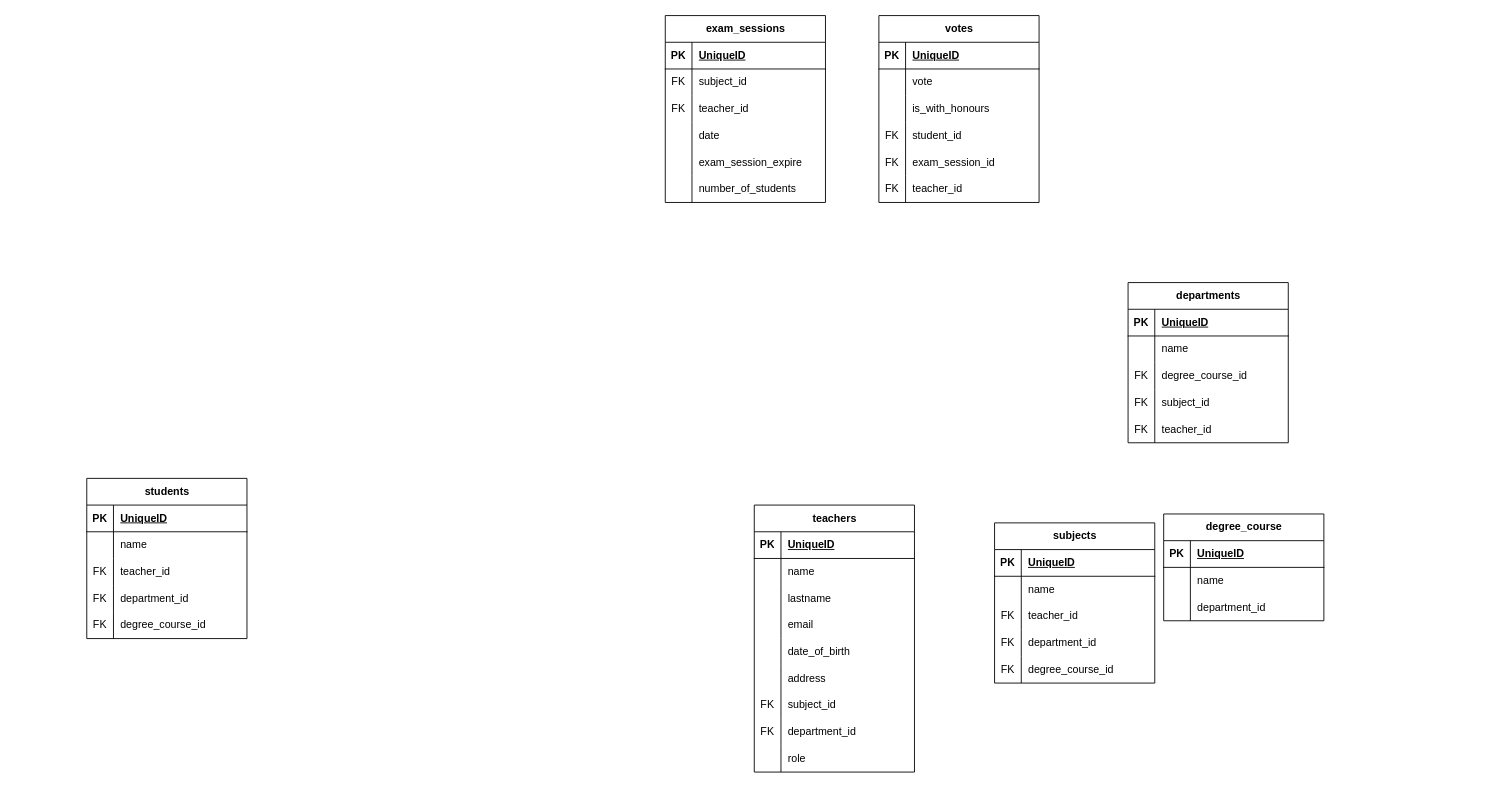
Earlier version of the draw.io diagram diagrams/diagram.drawio (antonella1986/db-university). Source tidied: cells renumbered, new cells numbered last; positions are measured from the earlier drawing's top-left corner, leaving out a move shared by most shapes. Both pictures are drawn from the tidied source at 89%, with x=0, y=0 at pixel (86, 15).
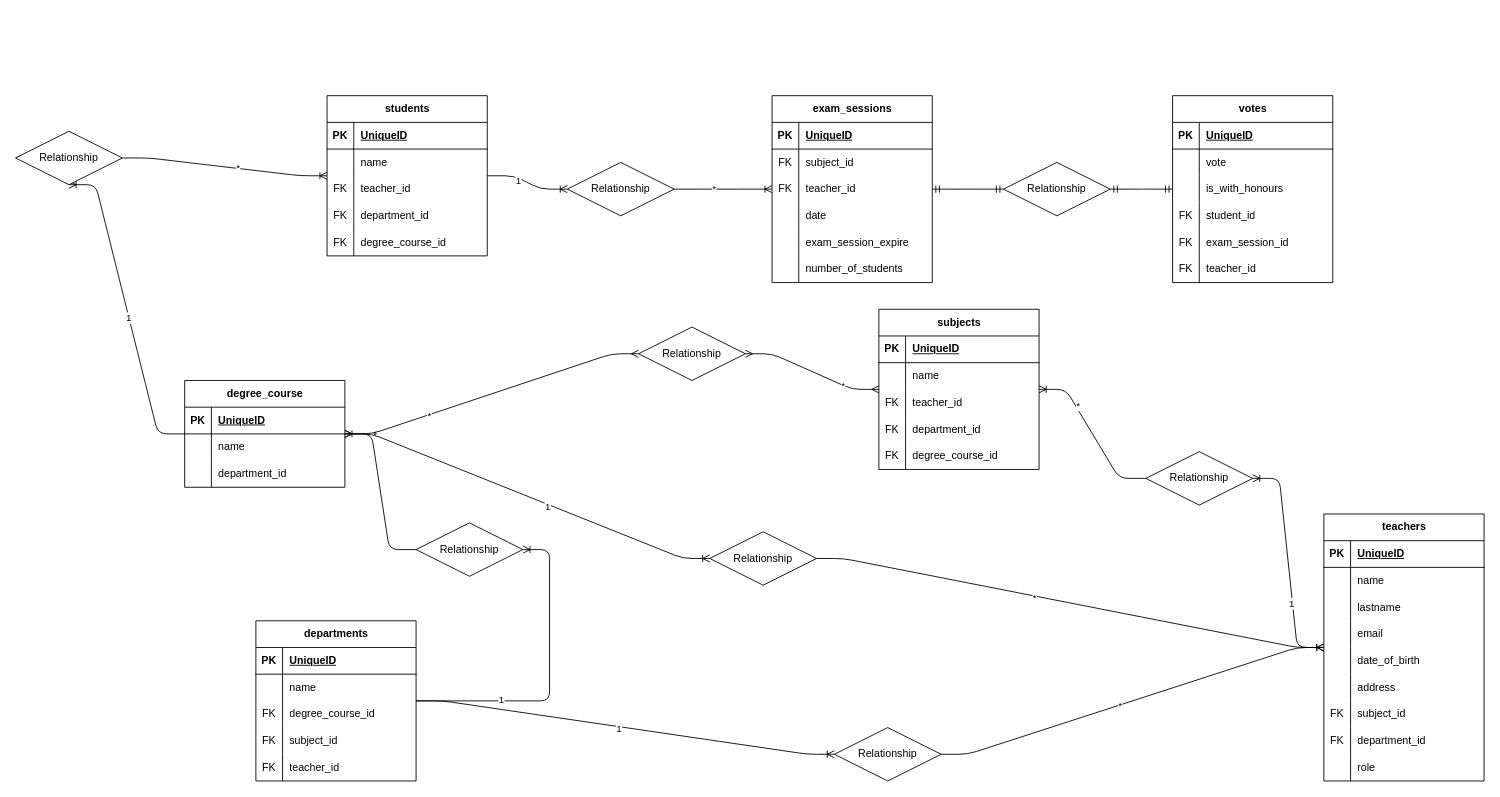
After the change.

Commit message (it also covers changes not shown here):
fix: correct registration_number type and update diagram positions

Diff of the diagram source:
```diff
@@
     <mxCell id="2" value="students" style="shape=table;startSize=30;childLayout=tableLayout;rowLines=0;fontStyle=1;align=center;html=1;" parent="1" vertex="1">
-      <mxGeometry y="520" width="180" height="180" as="geometry" />
+      <mxGeometry x="270" y="90" width="180" height="180" as="geometry" />
     </mxCell>
@@
     <mxCell id="18" value="exam_sessions" style="shape=table;startSize=30;childLayout=tableLayout;rowLines=0;fontStyle=1;align=center;html=1;" parent="1" vertex="1">
-      <mxGeometry x="650" width="180" height="210" as="geometry" />
+      <mxGeometry x="770" y="90" width="180" height="210" as="geometry" />
     </mxCell>
@@
     <mxCell id="37" value="votes" style="shape=table;startSize=30;childLayout=tableLayout;rowLines=0;fontStyle=1;align=center;html=1;" parent="1" vertex="1">
-      <mxGeometry x="890" width="180" height="210" as="geometry" />
+      <mxGeometry x="1220" y="90" width="180" height="210" as="geometry" />
     </mxCell>
@@
     <mxCell id="56" value="teachers" style="shape=table;startSize=30;childLayout=tableLayout;rowLines=0;fontStyle=1;align=center;html=1;" parent="1" vertex="1">
-      <mxGeometry x="750" y="550" width="180" height="300" as="geometry" />
+      <mxGeometry x="1390" y="560" width="180" height="300" as="geometry" />
     </mxCell>
@@
     <mxCell id="84" value="subjects" style="shape=table;startSize=30;childLayout=tableLayout;rowLines=0;fontStyle=1;align=center;html=1;" parent="1" vertex="1">
-      <mxGeometry x="1020" y="570" width="180" height="180" as="geometry" />
+      <mxGeometry x="890" y="330" width="180" height="180" as="geometry" />
     </mxCell>
@@
     <mxCell id="100" value="degree_course" style="shape=table;startSize=30;childLayout=tableLayout;rowLines=0;fontStyle=1;align=center;html=1;" parent="1" vertex="1">
-      <mxGeometry x="1210" y="560" width="180" height="120" as="geometry" />
+      <mxGeometry x="110" y="410" width="180" height="120" as="geometry" />
     </mxCell>
@@
     <mxCell id="110" value="departments" style="shape=table;startSize=30;childLayout=tableLayout;rowLines=0;fontStyle=1;align=center;html=1;" parent="1" vertex="1">
-      <mxGeometry x="1170" y="300" width="180" height="180" as="geometry" />
+      <mxGeometry x="190" y="680" width="180" height="180" as="geometry" />
     </mxCell>
@@
+    <mxCell id="126" style="edgeStyle=entityRelationEdgeStyle;fontSize=12;html=1;endArrow=ERoneToMany;" parent="1" edge="1" source="130" target="18">
+      <mxGeometry relative="1" as="geometry" />
+    </mxCell>
+    <mxCell id="127" value="*" style="edgeLabel;html=1;align=center;verticalAlign=middle;" parent="126" vertex="1">
+      <mxGeometry x="-0.2" y="1" relative="1" as="geometry" />
+    </mxCell>
+    <mxCell id="128" style="edgeStyle=entityRelationEdgeStyle;fontSize=12;html=1;endArrow=ERoneToMany;" parent="1" edge="1" source="2" target="130">
+      <mxGeometry relative="1" as="geometry" />
+    </mxCell>
+    <mxCell id="129" value="1" style="edgeLabel;html=1;align=center;verticalAlign=middle;" parent="128" vertex="1">
+      <mxGeometry x="-0.2" y="-3" relative="1" as="geometry" />
+    </mxCell>
+    <mxCell id="130" value="Relationship" style="shape=rhombus;perimeter=rhombusPerimeter;whiteSpace=wrap;html=1;align=center;" parent="1" vertex="1">
+      <mxGeometry x="540" y="165" width="120" height="60" as="geometry" />
+    </mxCell>
+    <mxCell id="131" style="edgeStyle=entityRelationEdgeStyle;fontSize=12;html=1;endArrow=ERmandOne;startArrow=ERmandOne;" parent="1" edge="1" source="133" target="37">
+      <mxGeometry relative="1" as="geometry" />
+    </mxCell>
+    <mxCell id="132" style="edgeStyle=entityRelationEdgeStyle;fontSize=12;html=1;endArrow=ERmandOne;startArrow=ERmandOne;" parent="1" edge="1" source="18" target="133">
+      <mxGeometry relative="1" as="geometry" />
+    </mxCell>
+    <mxCell id="133" value="Relationship" style="shape=rhombus;perimeter=rhombusPerimeter;whiteSpace=wrap;html=1;align=center;" parent="1" vertex="1">
+      <mxGeometry x="1030" y="165" width="120" height="60" as="geometry" />
+    </mxCell>
+    <mxCell id="134" style="edgeStyle=entityRelationEdgeStyle;fontSize=12;html=1;endArrow=ERoneToMany;" parent="1" edge="1" source="138" target="2">
+      <mxGeometry relative="1" as="geometry" />
+    </mxCell>
+    <mxCell id="135" value="*" style="edgeLabel;html=1;align=center;verticalAlign=middle;" parent="134" vertex="1">
+      <mxGeometry x="0.12" y="1" relative="1" as="geometry">
+        <mxPoint x="1" as="offset" />
+      </mxGeometry>
+    </mxCell>
+    <mxCell id="136" style="edgeStyle=entityRelationEdgeStyle;fontSize=12;html=1;endArrow=ERoneToMany;entryX=0.5;entryY=1;entryDx=0;entryDy=0;" parent="1" edge="1" source="100" target="138">
+      <mxGeometry relative="1" as="geometry" />
+    </mxCell>
+    <mxCell id="137" value="1" style="edgeLabel;html=1;align=center;verticalAlign=middle;" parent="136" vertex="1">
+      <mxGeometry x="-0.06" y="1" relative="1" as="geometry">
+        <mxPoint y="-1" as="offset" />
+      </mxGeometry>
+    </mxCell>
+    <mxCell id="138" value="Relationship" style="shape=rhombus;perimeter=rhombusPerimeter;whiteSpace=wrap;html=1;align=center;" parent="1" vertex="1">
+      <mxGeometry x="-80" y="130" width="120" height="60" as="geometry" />
+    </mxCell>
+    <mxCell id="139" style="edgeStyle=entityRelationEdgeStyle;fontSize=12;html=1;endArrow=ERoneToMany;" parent="1" edge="1" source="143" target="100">
+      <mxGeometry relative="1" as="geometry" />
+    </mxCell>
+    <mxCell id="140" value="*" style="edgeLabel;html=1;align=center;verticalAlign=middle;" parent="139" vertex="1">
+      <mxGeometry x="0.68" y="-2" relative="1" as="geometry">
+        <mxPoint x="1" as="offset" />
+      </mxGeometry>
+    </mxCell>
+    <mxCell id="141" style="edgeStyle=entityRelationEdgeStyle;fontSize=12;html=1;endArrow=ERoneToMany;" parent="1" edge="1" source="110" target="143">
+      <mxGeometry relative="1" as="geometry" />
+    </mxCell>
+    <mxCell id="142" value="1" style="edgeLabel;html=1;align=center;verticalAlign=middle;" parent="141" vertex="1">
+      <mxGeometry x="-0.46" y="2" relative="1" as="geometry" />
+    </mxCell>
+    <mxCell id="143" value="Relationship" style="shape=rhombus;perimeter=rhombusPerimeter;whiteSpace=wrap;html=1;align=center;" parent="1" vertex="1">
+      <mxGeometry x="370" y="570" width="120" height="60" as="geometry" />
+    </mxCell>
+    <mxCell id="144" style="edgeStyle=entityRelationEdgeStyle;fontSize=12;html=1;endArrow=ERmany;startArrow=ERmany;" parent="1" edge="1" source="148" target="84">
+      <mxGeometry relative="1" as="geometry" />
+    </mxCell>
+    <mxCell id="145" value="*" style="edgeLabel;html=1;align=center;verticalAlign=middle;" parent="144" vertex="1">
+      <mxGeometry x="0.48" relative="1" as="geometry" />
+    </mxCell>
+    <mxCell id="146" style="edgeStyle=entityRelationEdgeStyle;fontSize=12;html=1;endArrow=ERmany;startArrow=ERmany;" parent="1" edge="1" source="100" target="148">
+      <mxGeometry relative="1" as="geometry" />
+    </mxCell>
+    <mxCell id="147" value="*" style="edgeLabel;html=1;align=center;verticalAlign=middle;" parent="146" vertex="1">
+      <mxGeometry x="-0.43" y="-1" relative="1" as="geometry" />
+    </mxCell>
+    <mxCell id="148" value="Relationship" style="shape=rhombus;perimeter=rhombusPerimeter;whiteSpace=wrap;html=1;align=center;" parent="1" vertex="1">
+      <mxGeometry x="620" y="350" width="120" height="60" as="geometry" />
+    </mxCell>
+    <mxCell id="149" style="edgeStyle=entityRelationEdgeStyle;fontSize=12;html=1;endArrow=ERoneToMany;" parent="1" edge="1" source="153" target="56">
+      <mxGeometry relative="1" as="geometry" />
+    </mxCell>
+    <mxCell id="150" value="*" style="edgeLabel;html=1;align=center;verticalAlign=middle;" parent="149" vertex="1">
+      <mxGeometry x="-0.14" y="-1" relative="1" as="geometry" />
+    </mxCell>
+    <mxCell id="151" style="edgeStyle=entityRelationEdgeStyle;fontSize=12;html=1;endArrow=ERoneToMany;" parent="1" edge="1" source="100" target="153">
+      <mxGeometry relative="1" as="geometry" />
+    </mxCell>
+    <mxCell id="152" value="1" style="edgeLabel;html=1;align=center;verticalAlign=middle;" parent="151" vertex="1">
+      <mxGeometry x="0.11" y="-2" relative="1" as="geometry">
+        <mxPoint y="1" as="offset" />
+      </mxGeometry>
+    </mxCell>
+    <mxCell id="153" value="Relationship" style="shape=rhombus;perimeter=rhombusPerimeter;whiteSpace=wrap;html=1;align=center;" parent="1" vertex="1">
+      <mxGeometry x="700" y="580" width="120" height="60" as="geometry" />
+    </mxCell>
+    <mxCell id="154" style="edgeStyle=entityRelationEdgeStyle;fontSize=12;html=1;endArrow=ERoneToMany;" parent="1" edge="1" source="158" target="84">
+      <mxGeometry relative="1" as="geometry" />
+    </mxCell>
+    <mxCell id="155" value="*" style="edgeLabel;html=1;align=center;verticalAlign=middle;" parent="154" vertex="1">
+      <mxGeometry x="0.4" y="-2" relative="1" as="geometry">
+        <mxPoint y="-1" as="offset" />
+      </mxGeometry>
+    </mxCell>
+    <mxCell id="156" style="edgeStyle=entityRelationEdgeStyle;fontSize=12;html=1;endArrow=ERoneToMany;" parent="1" edge="1" source="56" target="158">
+      <mxGeometry relative="1" as="geometry" />
+    </mxCell>
+    <mxCell id="157" value="1" style="edgeLabel;html=1;align=center;verticalAlign=middle;" parent="156" vertex="1">
+      <mxGeometry x="-0.36" relative="1" as="geometry">
+        <mxPoint x="-1" as="offset" />
+      </mxGeometry>
+    </mxCell>
+    <mxCell id="158" value="Relationship" style="shape=rhombus;perimeter=rhombusPerimeter;whiteSpace=wrap;html=1;align=center;" parent="1" vertex="1">
+      <mxGeometry x="1190" y="490" width="120" height="60" as="geometry" />
+    </mxCell>
+    <mxCell id="159" style="edgeStyle=entityRelationEdgeStyle;fontSize=12;html=1;endArrow=ERoneToMany;" parent="1" edge="1" source="163" target="56">
+      <mxGeometry relative="1" as="geometry">
+        <Array as="points">
+          <mxPoint x="900" y="840" />
+          <mxPoint x="910" y="870" />
+        </Array>
+      </mxGeometry>
+    </mxCell>
+    <mxCell id="160" value="*" style="edgeLabel;html=1;align=center;verticalAlign=middle;" parent="159" vertex="1">
+      <mxGeometry x="-0.07" y="-1" relative="1" as="geometry" />
+    </mxCell>
+    <mxCell id="161" style="edgeStyle=entityRelationEdgeStyle;fontSize=12;html=1;endArrow=ERoneToMany;" parent="1" edge="1" source="110" target="163">
+      <mxGeometry relative="1" as="geometry" />
+    </mxCell>
+    <mxCell id="162" value="1" style="edgeLabel;html=1;align=center;verticalAlign=middle;" parent="161" vertex="1">
+      <mxGeometry x="-0.03" y="-3" relative="1" as="geometry" />
+    </mxCell>
+    <mxCell id="163" value="Relationship" style="shape=rhombus;perimeter=rhombusPerimeter;whiteSpace=wrap;html=1;align=center;" parent="1" vertex="1">
+      <mxGeometry x="840" y="800" width="120" height="60" as="geometry" />
+    </mxCell>
```
